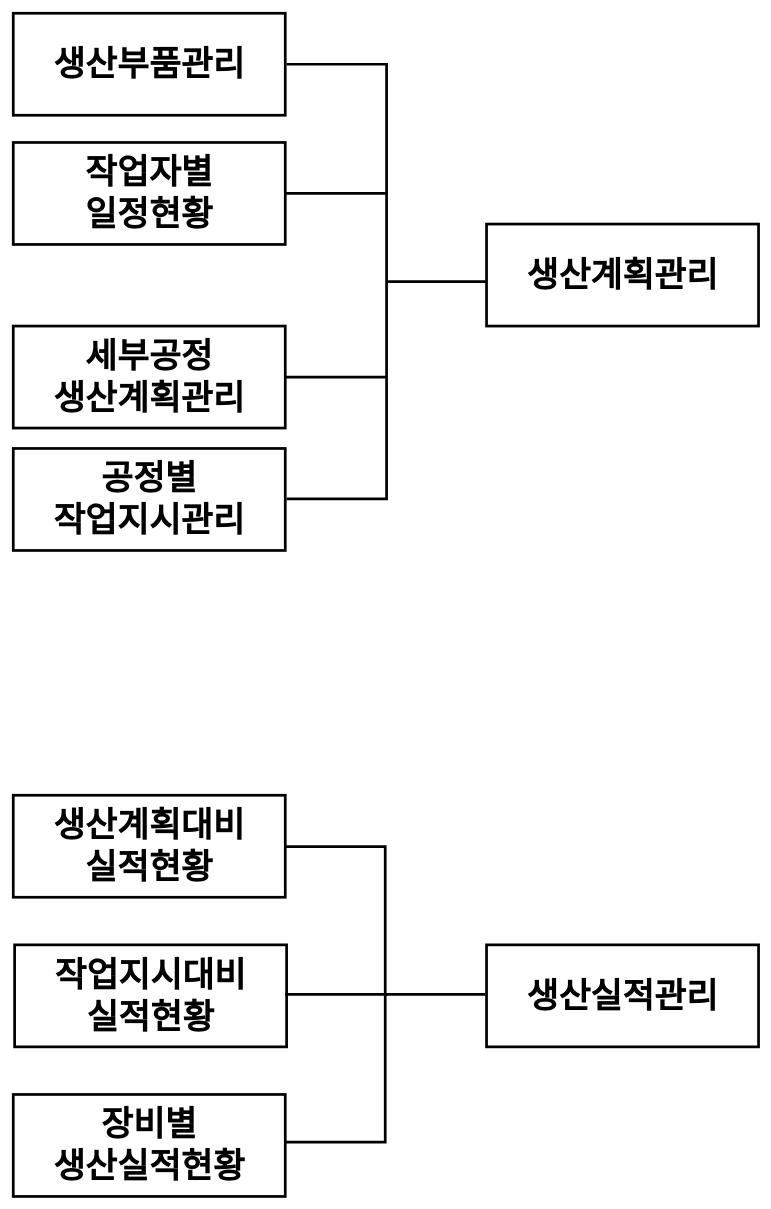
This is 지훈.drawio from JRiho/alphaknow-project1, a draw.io file, before an edit. Source tidied: cells renumbered, new cells numbered last; positions are measured from the earlier drawing's top-left corner, leaving out a move shared by most shapes. Both pictures are drawn from the tidied source at 68%, with x=0, y=0 at pixel (13, 13).
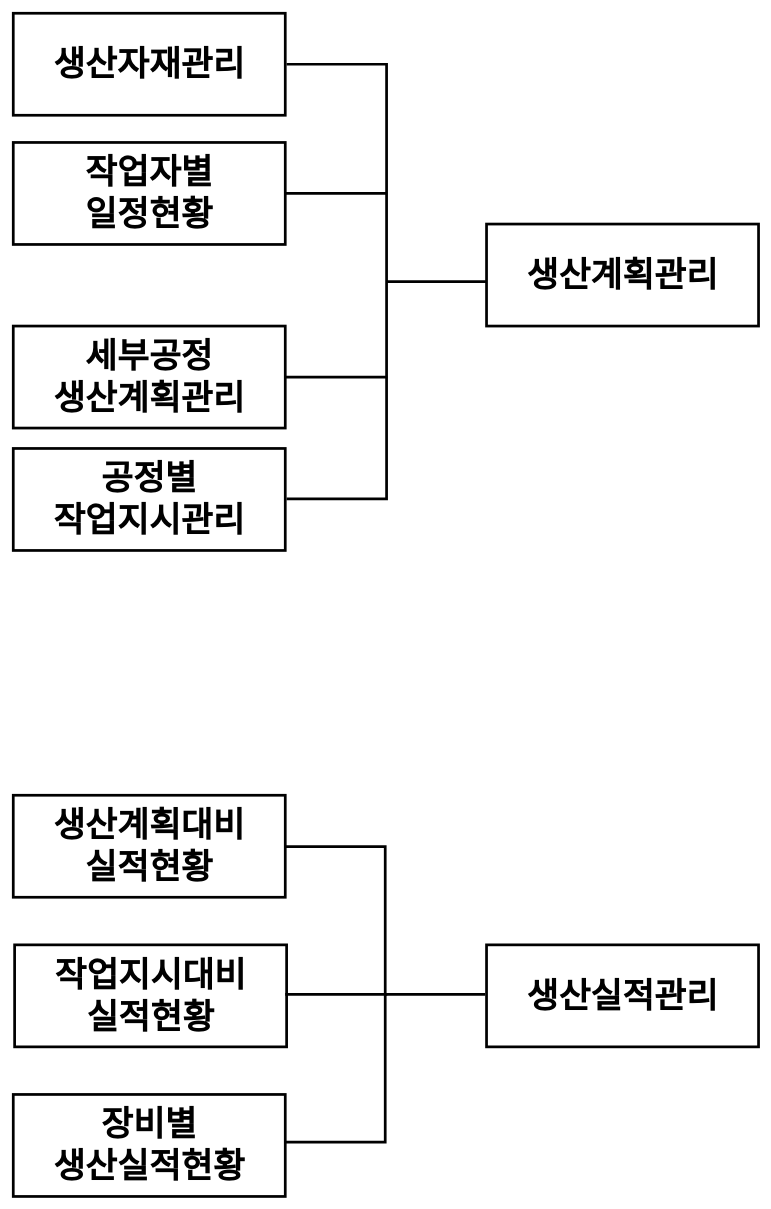
Above is the later version.

Commit message (it also covers changes not shown here):
지훈.drawio 업데이트

Diff of the diagram source:
```diff
@@
 <mxGraphModel>
   <root>
     <mxCell id="0" />
     <mxCell id="1" parent="0" />
     <mxCell id="2" style="group;" parent="1" vertex="1">
       <mxGeometry width="1096" height="790" as="geometry" />
     </mxCell>
     <mxCell id="3" value="생산계획관리" style="rounded=0;whiteSpace=wrap;html=1;fontSize=51;strokeWidth=4;fontStyle=1;" parent="2" vertex="1">
       <mxGeometry x="696" y="310" width="400" height="150" as="geometry" />
     </mxCell>
-    <mxCell id="4" value="생산부품관리" style="rounded=0;whiteSpace=wrap;html=1;fontSize=51;strokeWidth=4;fontStyle=1;" parent="2" vertex="1">
+    <mxCell id="4" value="생산자재관리" style="rounded=0;whiteSpace=wrap;html=1;fontSize=51;strokeWidth=4;fontStyle=1;" parent="2" vertex="1">
       <mxGeometry width="400" height="150" as="geometry" />
     </mxCell>
     <mxCell id="5" value="세부공정&lt;br&gt;생산계획관리" style="rounded=0;whiteSpace=wrap;html=1;fontSize=51;strokeWidth=4;fontStyle=1;" parent="2" vertex="1">
       <mxGeometry y="460" width="400" height="150" as="geometry" />
     </mxCell>
     <mxCell id="6" value="작업자별&lt;br&gt;일정현황" style="rounded=0;whiteSpace=wrap;html=1;fontSize=51;strokeWidth=4;fontStyle=1;" parent="2" vertex="1">
       <mxGeometry y="190" width="400" height="150" as="geometry" />
     </mxCell>
     <mxCell id="7" value="공정별&lt;br&gt;작업지시관리" style="rounded=0;whiteSpace=wrap;html=1;fontSize=51;strokeWidth=4;fontStyle=1;" parent="2" vertex="1">
       <mxGeometry y="640" width="400" height="150" as="geometry" />
     </mxCell>
     <mxCell id="8" style="strokeWidth=4;html=1;shape=mxgraph.flowchart.annotation_2;align=left;labelPosition=right;rotation=-180;" parent="2" vertex="1">
       <mxGeometry x="402" y="75" width="294" height="639" as="geometry" />
     </mxCell>
     <mxCell id="9" style="line;strokeWidth=4;html=1;" parent="2" vertex="1">
       <mxGeometry x="400" y="260" width="150" height="10" as="geometry" />
     </mxCell>
     <mxCell id="10" style="line;strokeWidth=4;html=1;" parent="2" vertex="1">
       <mxGeometry x="400" y="530" width="150" height="10" as="geometry" />
     </mxCell>
     <mxCell id="11" style="group;" parent="1" vertex="1">
       <mxGeometry y="1150" width="1096" height="590" as="geometry" />
     </mxCell>
     <mxCell id="12" value="생산실적관리" style="rounded=0;whiteSpace=wrap;html=1;fontSize=51;strokeWidth=4;fontStyle=1;" parent="11" vertex="1">
       <mxGeometry x="696" y="220" width="400" height="150" as="geometry" />
     </mxCell>
     <mxCell id="13" value="생산계획대비&lt;br style=&quot;font-size: 51px;&quot;&gt;실적현황" style="rounded=0;whiteSpace=wrap;html=1;fontSize=51;strokeWidth=4;fontStyle=1;" parent="11" vertex="1">
       <mxGeometry width="400" height="150" as="geometry" />
     </mxCell>
     <mxCell id="14" value="작업지시대비&lt;br style=&quot;font-size: 51px;&quot;&gt;실적현황" style="rounded=0;whiteSpace=wrap;html=1;fontSize=51;strokeWidth=4;fontStyle=1;" parent="11" vertex="1">
       <mxGeometry x="2" y="220" width="400" height="150" as="geometry" />
     </mxCell>
     <mxCell id="15" value="장비별&lt;br style=&quot;font-size: 51px;&quot;&gt;생산실적현황" style="rounded=0;whiteSpace=wrap;html=1;fontSize=51;strokeWidth=4;fontStyle=1;" parent="11" vertex="1">
       <mxGeometry y="440" width="400" height="150" as="geometry" />
     </mxCell>
     <mxCell id="16" style="strokeWidth=4;html=1;shape=mxgraph.flowchart.annotation_2;align=left;labelPosition=right;rotation=-180;" parent="11" vertex="1">
       <mxGeometry x="400" y="75.5" width="294" height="434.5" as="geometry" />
     </mxCell>
     <mxCell id="17" style="line;strokeWidth=4;html=1;" parent="11" vertex="1">
       <mxGeometry x="400" y="287.8" width="150" height="10" as="geometry" />
     </mxCell>
   </root>
 </mxGraphModel>
```
